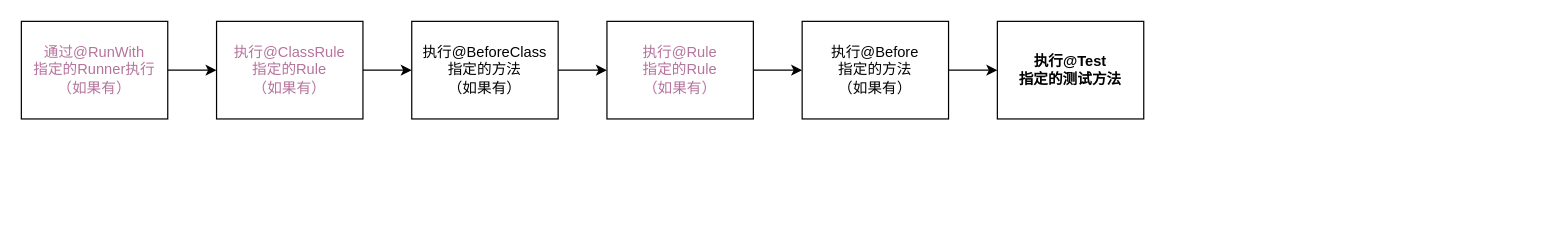
The draw.io diagram Unit Test PPT.drawio in Cmdone/Draw.io, before the edit. Source tidied: cells renumbered, new cells numbered last; positions are measured from the earlier drawing's top-left corner, leaving out a move shared by most shapes. Both pictures are drawn from the tidied source at 122%, with x=0, y=0 at pixel (21, 21).
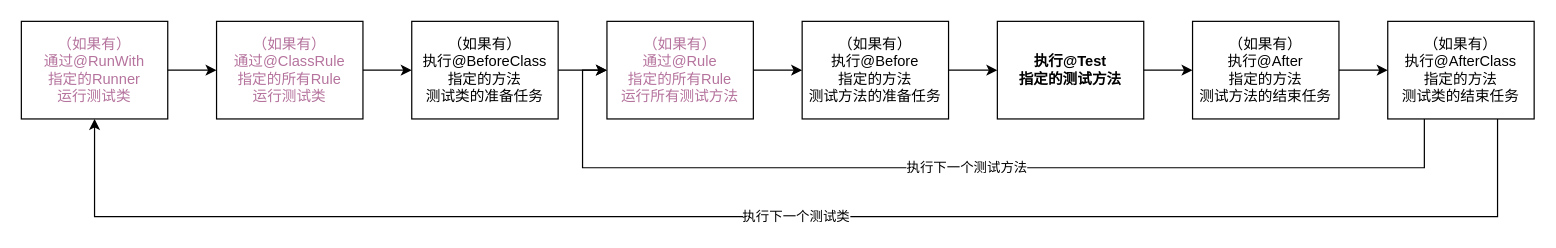
After the change.

Unchanged cells that the change refers to:
```xml
<mxCell id="12" value="&lt;b&gt;执行@Test&lt;br&gt;指定的测试方法&lt;/b&gt;" style="rounded=0;whiteSpace=wrap;html=1;fillColor=none;strokeColor=#000000;" parent="1" vertex="1">
  <mxGeometry x="800" width="120" height="80" as="geometry" />
</mxCell>
```

What changed in the source:
```diff
@@
-    <mxCell id="3" value="&lt;font color=&quot;#b5739d&quot;&gt;通过@RunWith&lt;br&gt;指定的Runner执行&lt;br&gt;（如果有）&lt;/font&gt;" style="rounded=0;whiteSpace=wrap;html=1;fillColor=none;strokeColor=#000000;" parent="1" vertex="1">
+    <mxCell id="3" value="&lt;span&gt;&lt;font color=&quot;#b5739d&quot;&gt;（如果有）&lt;/font&gt;&lt;/span&gt;&lt;font color=&quot;#b5739d&quot;&gt;&lt;br&gt;通过@RunWith&lt;br&gt;指定的Runner&lt;br&gt;运行测试类&lt;br&gt;&lt;/font&gt;" style="rounded=0;whiteSpace=wrap;html=1;fillColor=none;strokeColor=#000000;" parent="1" vertex="1">
       <mxGeometry width="120" height="80" as="geometry" />
     </mxCell>
@@
-    <mxCell id="5" value="&lt;font color=&quot;#b5739d&quot;&gt;执行@ClassRule&lt;br&gt;指定的Rule&lt;br&gt;（如果有）&lt;/font&gt;" style="rounded=0;whiteSpace=wrap;html=1;fillColor=none;strokeColor=#000000;" parent="1" vertex="1">
+    <mxCell id="5" value="&lt;font color=&quot;#b5739d&quot;&gt;（如果有）&lt;br&gt;通过@ClassRule&lt;br&gt;指定的所有Rule&lt;br&gt;运行测试类&lt;br&gt;&lt;/font&gt;" style="rounded=0;whiteSpace=wrap;html=1;fillColor=none;strokeColor=#000000;" parent="1" vertex="1">
       <mxGeometry x="160" width="120" height="80" as="geometry" />
     </mxCell>
@@
-    <mxCell id="7" value="执行@BeforeClass&lt;br&gt;指定的方法&lt;br&gt;（如果有）" style="rounded=0;whiteSpace=wrap;html=1;fillColor=none;strokeColor=#000000;" parent="1" vertex="1">
+    <mxCell id="7" value="（如果有）&lt;br&gt;执行@BeforeClass&lt;br&gt;指定的方法&lt;br&gt;测试类的准备任务" style="rounded=0;whiteSpace=wrap;html=1;fillColor=none;strokeColor=#000000;" parent="1" vertex="1">
       <mxGeometry x="320" width="120" height="80" as="geometry" />
     </mxCell>
@@
-    <mxCell id="9" value="&lt;font color=&quot;#b5739d&quot;&gt;执行@Rule&lt;br&gt;指定的Rule&lt;br&gt;（如果有）&lt;/font&gt;" style="rounded=0;whiteSpace=wrap;html=1;fillColor=none;strokeColor=#000000;" parent="1" vertex="1">
+    <mxCell id="9" value="&lt;font color=&quot;#b5739d&quot;&gt;（如果有）&lt;br&gt;通过@Rule&lt;br&gt;指定的所有Rule&lt;br&gt;运行所有测试方法&lt;br&gt;&lt;/font&gt;" style="rounded=0;whiteSpace=wrap;html=1;fillColor=none;strokeColor=#000000;" parent="1" vertex="1">
       <mxGeometry x="480" width="120" height="80" as="geometry" />
     </mxCell>
@@
-    <mxCell id="11" value="执行@Before&lt;br&gt;指定的方法&lt;br&gt;（如果有）" style="rounded=0;whiteSpace=wrap;html=1;fillColor=none;strokeColor=#000000;" parent="1" vertex="1">
+    <mxCell id="11" value="（如果有）&lt;br&gt;执行@Before&lt;br&gt;指定的方法&lt;br&gt;测试方法的准备任务" style="rounded=0;whiteSpace=wrap;html=1;fillColor=none;strokeColor=#000000;" parent="1" vertex="1">
       <mxGeometry x="640" width="120" height="80" as="geometry" />
     </mxCell>
+    <mxCell id="13" style="edgeStyle=orthogonalEdgeStyle;rounded=0;jettySize=auto;html=1;exitX=1;exitY=0.5;exitDx=0;exitDy=0;entryX=0;entryY=0.5;entryDx=0;entryDy=0;" parent="1" edge="1" source="12" target="15">
+      <mxGeometry relative="1" as="geometry" />
+    </mxCell>
@@
+    <mxCell id="14" style="edgeStyle=orthogonalEdgeStyle;rounded=0;jettySize=auto;html=1;exitX=1;exitY=0.5;exitDx=0;exitDy=0;entryX=0;entryY=0.5;entryDx=0;entryDy=0;" parent="1" edge="1" source="15" target="18">
+      <mxGeometry relative="1" as="geometry" />
+    </mxCell>
+    <mxCell id="15" value="（如果有）&lt;br&gt;执行@After&lt;br&gt;指定的方法&lt;br&gt;测试方法的结束任务" style="rounded=0;whiteSpace=wrap;html=1;fillColor=none;strokeColor=#000000;" parent="1" vertex="1">
+      <mxGeometry x="960" width="120" height="80" as="geometry" />
+    </mxCell>
+    <mxCell id="16" value="执行下一个测试方法" style="edgeStyle=orthogonalEdgeStyle;rounded=0;jettySize=auto;html=1;exitX=0.25;exitY=1;exitDx=0;exitDy=0;entryX=0;entryY=0.5;entryDx=0;entryDy=0;" parent="1" edge="1" source="18" target="9">
+      <mxGeometry relative="1" as="geometry">
+        <Array as="points">
+          <mxPoint x="1150" y="120" />
+          <mxPoint x="460" y="120" />
+          <mxPoint x="460" y="40" />
+        </Array>
+      </mxGeometry>
+    </mxCell>
+    <mxCell id="17" value="执行下一个测试类" style="edgeStyle=orthogonalEdgeStyle;rounded=0;jettySize=auto;html=1;exitX=0.75;exitY=1;exitDx=0;exitDy=0;entryX=0.5;entryY=1;entryDx=0;entryDy=0;" parent="1" edge="1" source="18" target="3">
+      <mxGeometry relative="1" as="geometry">
+        <Array as="points">
+          <mxPoint x="1210" y="160" />
+          <mxPoint x="60" y="160" />
+        </Array>
+      </mxGeometry>
+    </mxCell>
+    <mxCell id="18" value="（如果有）&lt;br&gt;执行@AfterClass&lt;br&gt;指定的方法&lt;br&gt;测试类的结束任务" style="rounded=0;whiteSpace=wrap;html=1;fillColor=none;strokeColor=#000000;" parent="1" vertex="1">
+      <mxGeometry x="1120" width="120" height="80" as="geometry" />
+    </mxCell>
```
